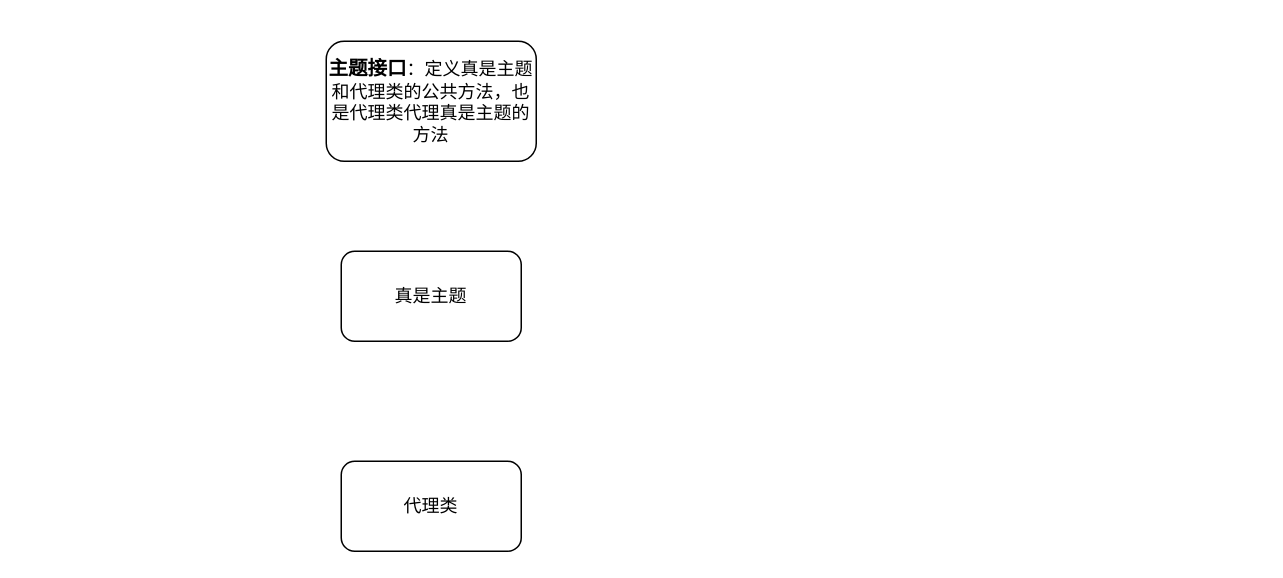
This is GOF23/代理模式.drawio from BIgConfused/draw_img, a draw.io file, before an edit. Source tidied: cells renumbered, new cells numbered last; positions are measured from the earlier drawing's top-left corner, leaving out a move shared by most shapes. Both pictures are drawn from the tidied source at 150%, with x=0, y=0 at pixel (326, 40).
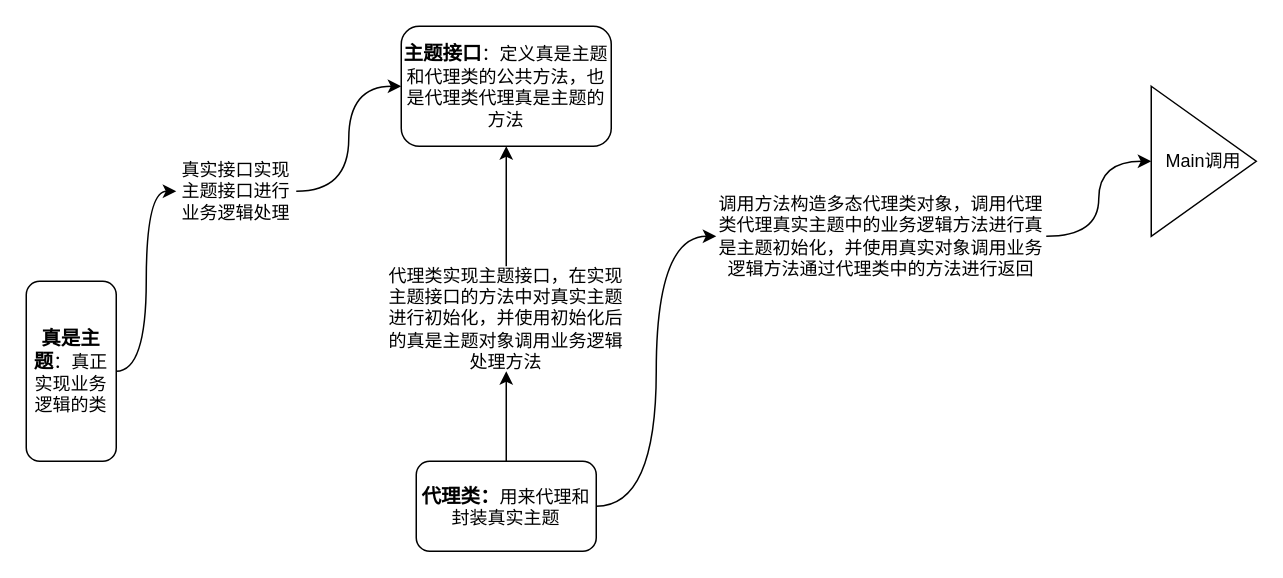
The same diagram, later.

Commit message (it also covers changes not shown here):
更新代理模式.drawio

Change to the diagram source:
```diff
@@
 <mxGraphModel>
   <root>
     <mxCell id="0" />
     <mxCell id="1" parent="0" />
     <mxCell id="2" value="&lt;b&gt;&lt;font style=&quot;font-size: 13px&quot;&gt;主题接口&lt;/font&gt;&lt;/b&gt;：定义真是主题和代理类的公共方法，也是代理类代理真是主题的方法" style="rounded=1;whiteSpace=wrap;html=1;" parent="1" vertex="1">
-      <mxGeometry width="140" height="80" as="geometry" />
+      <mxGeometry x="50" y="-10" width="140" height="80" as="geometry" />
     </mxCell>
+    <mxCell id="5" style="edgeStyle=orthogonalEdgeStyle;curved=1;rounded=0;jettySize=auto;html=1;entryX=0;entryY=0.5;entryDx=0;entryDy=0;" parent="1" edge="1" source="9" target="2">
+      <mxGeometry relative="1" as="geometry" />
+    </mxCell>
-    <mxCell id="3" value="真是主题" style="rounded=1;whiteSpace=wrap;html=1;" parent="1" vertex="1">
-      <mxGeometry x="10" y="140" width="120" height="60" as="geometry" />
+    <mxCell id="3" value="&lt;b&gt;&lt;font style=&quot;font-size: 13px&quot;&gt;真是主题&lt;/font&gt;&lt;/b&gt;：真正实现业务逻辑的类" style="rounded=1;whiteSpace=wrap;html=1;direction=south;" parent="1" vertex="1">
+      <mxGeometry x="-200" y="160" width="60" height="120" as="geometry" />
     </mxCell>
+    <mxCell id="6" style="edgeStyle=orthogonalEdgeStyle;curved=1;rounded=0;jettySize=auto;html=1;entryX=0.5;entryY=1;entryDx=0;entryDy=0;" parent="1" edge="1" source="11" target="2">
+      <mxGeometry relative="1" as="geometry" />
+    </mxCell>
+    <mxCell id="7" style="edgeStyle=orthogonalEdgeStyle;curved=1;rounded=0;jettySize=auto;html=1;entryX=0;entryY=0.5;entryDx=0;entryDy=0;" parent="1" edge="1" source="13" target="8">
+      <mxGeometry relative="1" as="geometry" />
+    </mxCell>
-    <mxCell id="4" value="代理类" style="rounded=1;whiteSpace=wrap;html=1;" parent="1" vertex="1">
-      <mxGeometry x="10" y="280" width="120" height="60" as="geometry" />
+    <mxCell id="4" value="&lt;b style=&quot;font-size: 13px&quot;&gt;&lt;font style=&quot;font-size: 13px&quot;&gt;代理类&lt;/font&gt;：&lt;/b&gt;用来代理和封装真实主题" style="rounded=1;whiteSpace=wrap;html=1;" parent="1" vertex="1">
+      <mxGeometry x="60" y="280" width="120" height="60" as="geometry" />
     </mxCell>
+    <mxCell id="8" value="Main调用" style="triangle;whiteSpace=wrap;html=1;" parent="1" vertex="1">
+      <mxGeometry x="550" y="30" width="70" height="100" as="geometry" />
+    </mxCell>
+    <mxCell id="9" value="真实接口实现主题接口进行业务逻辑处理" style="text;html=1;strokeColor=none;fillColor=none;align=center;verticalAlign=middle;whiteSpace=wrap;rounded=0;" parent="1" vertex="1">
+      <mxGeometry x="-100" y="80" width="80" height="40" as="geometry" />
+    </mxCell>
+    <mxCell id="10" style="edgeStyle=orthogonalEdgeStyle;curved=1;rounded=0;jettySize=auto;html=1;entryX=0;entryY=0.5;entryDx=0;entryDy=0;" parent="1" edge="1" source="3" target="9">
+      <mxGeometry relative="1" as="geometry" />
+    </mxCell>
+    <mxCell id="11" value="代理类实现主题接口，在实现主题接口的方法中对真实主题进行初始化，并使用初始化后的真是主题对象调用业务逻辑处理方法" style="text;html=1;strokeColor=none;fillColor=none;align=center;verticalAlign=middle;whiteSpace=wrap;rounded=0;" parent="1" vertex="1">
+      <mxGeometry x="40" y="150" width="160" height="70" as="geometry" />
+    </mxCell>
+    <mxCell id="12" style="edgeStyle=orthogonalEdgeStyle;curved=1;rounded=0;jettySize=auto;html=1;entryX=0.5;entryY=1;entryDx=0;entryDy=0;" parent="1" edge="1" source="4" target="11">
+      <mxGeometry relative="1" as="geometry" />
+    </mxCell>
+    <mxCell id="13" value="调用方法构造多态代理类对象，调用代理类代理真实主题中的业务逻辑方法进行真是主题初始化，并使用真实对象调用业务逻辑方法通过代理类中的方法进行返回" style="text;html=1;strokeColor=none;fillColor=none;align=center;verticalAlign=middle;whiteSpace=wrap;rounded=0;" parent="1" vertex="1">
+      <mxGeometry x="260" y="120" width="220" height="20" as="geometry" />
+    </mxCell>
+    <mxCell id="14" style="edgeStyle=orthogonalEdgeStyle;curved=1;rounded=0;jettySize=auto;html=1;entryX=0;entryY=0.5;entryDx=0;entryDy=0;" parent="1" edge="1" source="4" target="13">
+      <mxGeometry relative="1" as="geometry" />
+    </mxCell>
   </root>
 </mxGraphModel>
```
